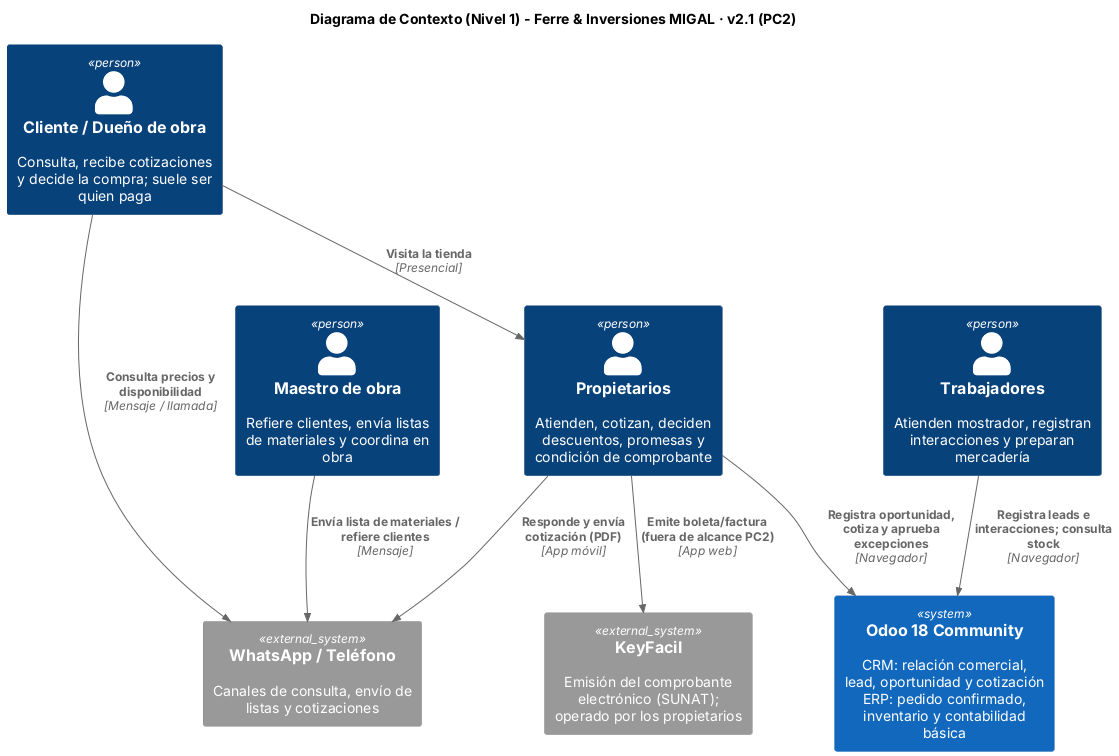
The PlantUML diagram arquitectura/vistas/c4/render/contexto.png in dieg0-29/migal-erp, before a commit.
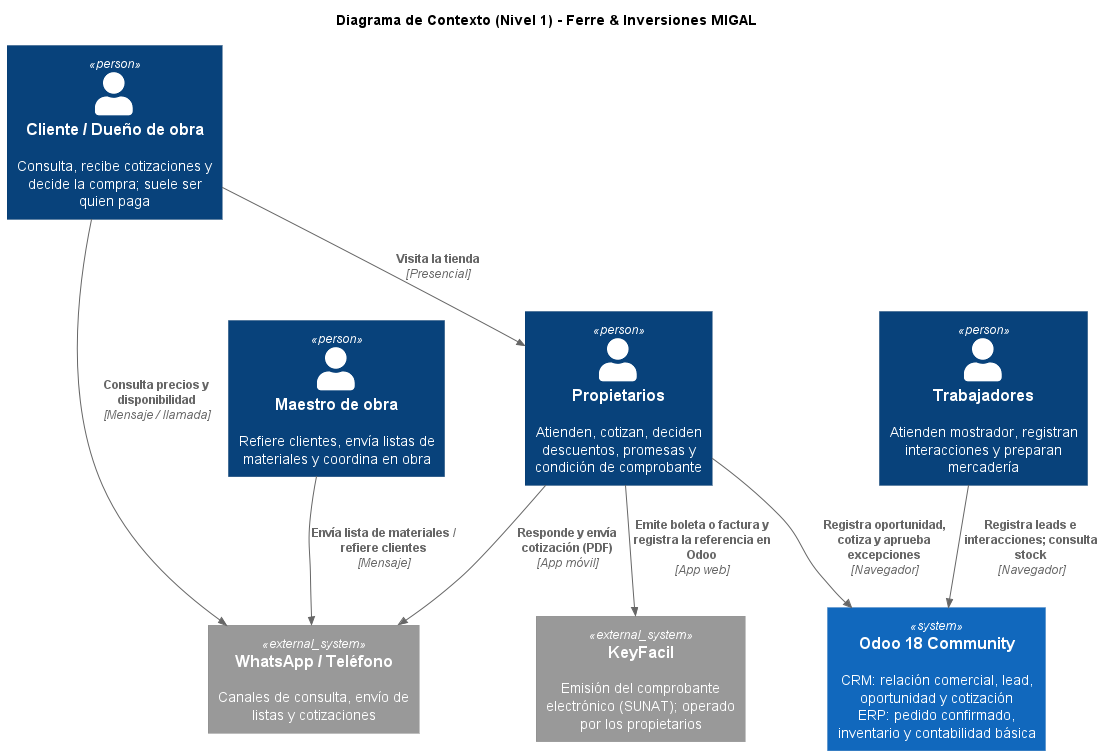
The same file after the commit.

What changed in the source:
```diff
@@ -1,6 +1,6 @@
 @startuml
-!include <C4/C4_Context>
-title Diagrama de Contexto (Nivel 1) - Ferre & Inversiones MIGAL · v2.1 (PC2)
+!include https://raw.githubusercontent.com/plantuml-stdlib/C4-PlantUML/master/C4_Context.puml
+title Diagrama de Contexto (Nivel 1) - Ferre & Inversiones MIGAL
 
 Person(cliente, "Cliente / Dueño de obra", "Consulta, recibe cotizaciones y decide la compra; suele ser quien paga")
 Person(maestro, "Maestro de obra", "Refiere clientes, envía listas de materiales y coordina en obra")
@@ -17,5 +17,5 @@
 Rel(prop, whatsapp, "Responde y envía cotización (PDF)", "App móvil")
 Rel(prop, odoo, "Registra oportunidad, cotiza y aprueba excepciones", "Navegador")
 Rel(trab, odoo, "Registra leads e interacciones; consulta stock", "Navegador")
-Rel(prop, keyfacil, "Emite boleta/factura (fuera de alcance PC2)", "App web")
+Rel(prop, keyfacil, "Emite boleta o factura y registra la referencia en Odoo", "App web")
 @enduml
```
